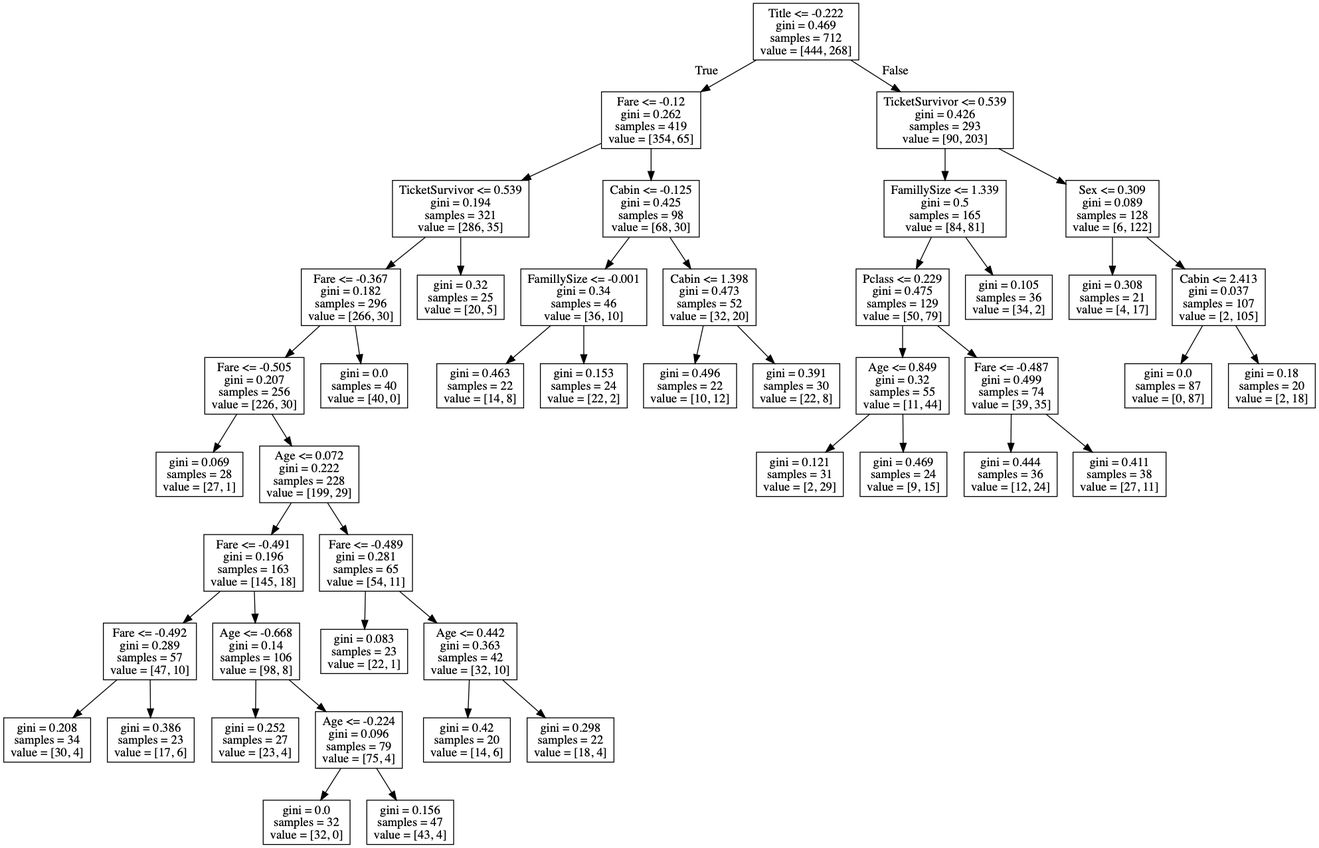
This is titanic/dt.png from nicohlr/kaggle, a Graphviz export, as it was before one commit. Its source is kept beside it as titanic/dt.dot.
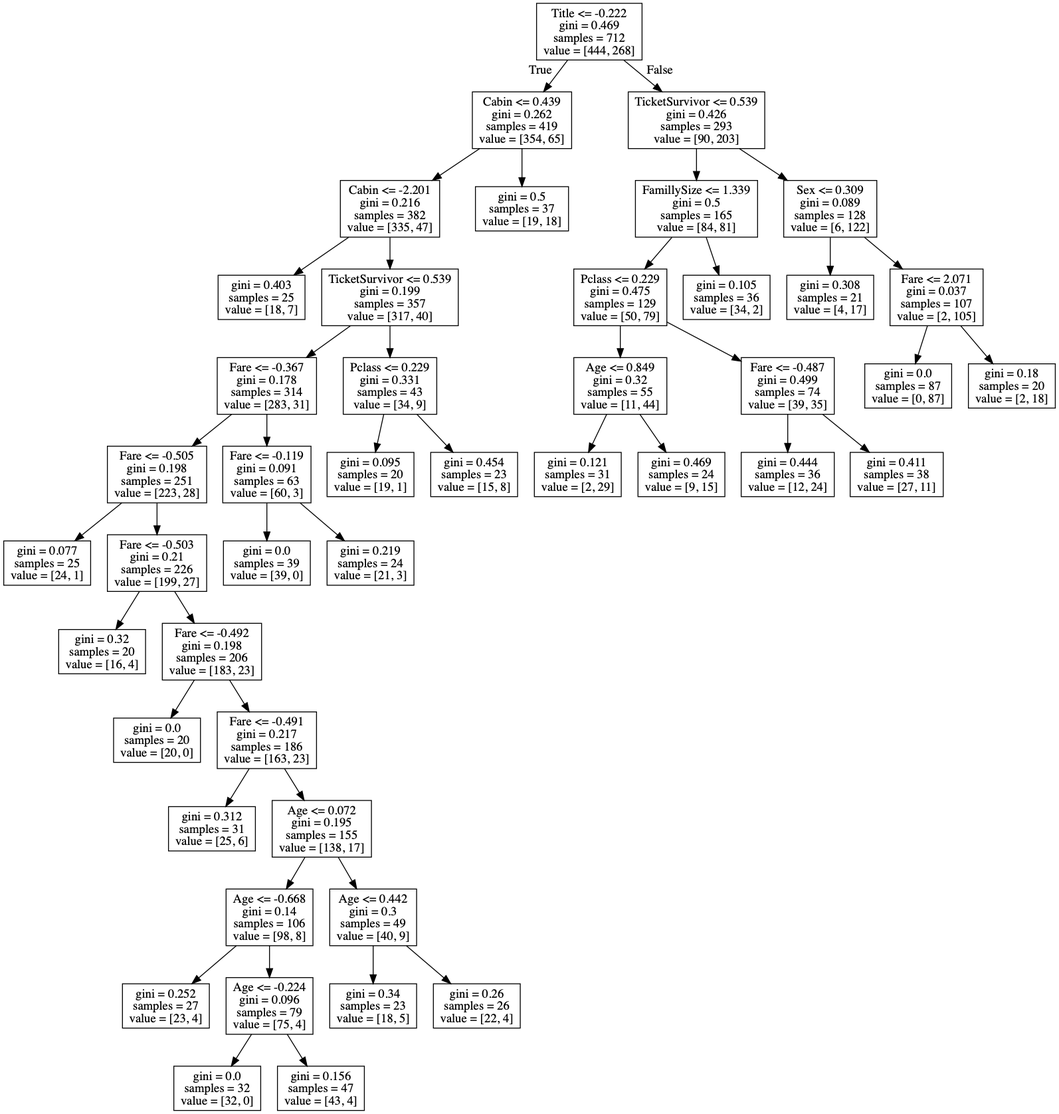
The same file after the commit.

Change to the diagram source:
```diff
@@ -1,64 +1,64 @@
 digraph Tree {
 node [shape=box] ;
 0 [label="Title <= -0.222\ngini = 0.469\nsamples = 712\nvalue = [444, 268]"] ;
-1 [label="Fare <= -0.12\ngini = 0.262\nsamples = 419\nvalue = [354, 65]"] ;
+1 [label="Cabin <= 0.439\ngini = 0.262\nsamples = 419\nvalue = [354, 65]"] ;
 0 -> 1 [labeldistance=2.5, labelangle=45, headlabel="True"] ;
-2 [label="TicketSurvivor <= 0.539\ngini = 0.194\nsamples = 321\nvalue = [286, 35]"] ;
+2 [label="Cabin <= -2.201\ngini = 0.216\nsamples = 382\nvalue = [335, 47]"] ;
 1 -> 2 ;
-3 [label="Fare <= -0.367\ngini = 0.182\nsamples = 296\nvalue = [266, 30]"] ;
+3 [label="gini = 0.403\nsamples = 25\nvalue = [18, 7]"] ;
 2 -> 3 ;
-4 [label="Fare <= -0.505\ngini = 0.207\nsamples = 256\nvalue = [226, 30]"] ;
-3 -> 4 ;
-5 [label="gini = 0.069\nsamples = 28\nvalue = [27, 1]"] ;
+4 [label="TicketSurvivor <= 0.539\ngini = 0.199\nsamples = 357\nvalue = [317, 40]"] ;
+2 -> 4 ;
+5 [label="Fare <= -0.367\ngini = 0.178\nsamples = 314\nvalue = [283, 31]"] ;
 4 -> 5 ;
-6 [label="Age <= 0.072\ngini = 0.222\nsamples = 228\nvalue = [199, 29]"] ;
-4 -> 6 ;
-7 [label="Fare <= -0.491\ngini = 0.196\nsamples = 163\nvalue = [145, 18]"] ;
+6 [label="Fare <= -0.505\ngini = 0.198\nsamples = 251\nvalue = [223, 28]"] ;
+5 -> 6 ;
+7 [label="gini = 0.077\nsamples = 25\nvalue = [24, 1]"] ;
 6 -> 7 ;
-8 [label="Fare <= -0.492\ngini = 0.289\nsamples = 57\nvalue = [47, 10]"] ;
-7 -> 8 ;
-9 [label="gini = 0.208\nsamples = 34\nvalue = [30, 4]"] ;
+8 [label="Fare <= -0.503\ngini = 0.21\nsamples = 226\nvalue = [199, 27]"] ;
+6 -> 8 ;
+9 [label="gini = 0.32\nsamples = 20\nvalue = [16, 4]"] ;
 8 -> 9 ;
-10 [label="gini = 0.386\nsamples = 23\nvalue = [17, 6]"] ;
+10 [label="Fare <= -0.492\ngini = 0.198\nsamples = 206\nvalue = [183, 23]"] ;
 8 -> 10 ;
-11 [label="Age <= -0.668\ngini = 0.14\nsamples = 106\nvalue = [98, 8]"] ;
-7 -> 11 ;
-12 [label="gini = 0.252\nsamples = 27\nvalue = [23, 4]"] ;
-11 -> 12 ;
-13 [label="Age <= -0.224\ngini = 0.096\nsamples = 79\nvalue = [75, 4]"] ;
-11 -> 13 ;
-14 [label="gini = 0.0\nsamples = 32\nvalue = [32, 0]"] ;
-13 -> 14 ;
-15 [label="gini = 0.156\nsamples = 47\nvalue = [43, 4]"] ;
-13 -> 15 ;
-16 [label="Fare <= -0.489\ngini = 0.281\nsamples = 65\nvalue = [54, 11]"] ;
-6 -> 16 ;
-17 [label="gini = 0.083\nsamples = 23\nvalue = [22, 1]"] ;
-16 -> 17 ;
-18 [label="Age <= 0.442\ngini = 0.363\nsamples = 42\nvalue = [32, 10]"] ;
-16 -> 18 ;
-19 [label="gini = 0.42\nsamples = 20\nvalue = [14, 6]"] ;
-18 -> 19 ;
-20 [label="gini = 0.298\nsamples = 22\nvalue = [18, 4]"] ;
-18 -> 20 ;
-21 [label="gini = 0.0\nsamples = 40\nvalue = [40, 0]"] ;
-3 -> 21 ;
-22 [label="gini = 0.32\nsamples = 25\nvalue = [20, 5]"] ;
-2 -> 22 ;
-23 [label="Cabin <= -0.125\ngini = 0.425\nsamples = 98\nvalue = [68, 30]"] ;
-1 -> 23 ;
-24 [label="FamillySize <= -0.001\ngini = 0.34\nsamples = 46\nvalue = [36, 10]"] ;
+11 [label="gini = 0.0\nsamples = 20\nvalue = [20, 0]"] ;
+10 -> 11 ;
+12 [label="Fare <= -0.491\ngini = 0.217\nsamples = 186\nvalue = [163, 23]"] ;
+10 -> 12 ;
+13 [label="gini = 0.312\nsamples = 31\nvalue = [25, 6]"] ;
+12 -> 13 ;
+14 [label="Age <= 0.072\ngini = 0.195\nsamples = 155\nvalue = [138, 17]"] ;
+12 -> 14 ;
+15 [label="Age <= -0.668\ngini = 0.14\nsamples = 106\nvalue = [98, 8]"] ;
+14 -> 15 ;
+16 [label="gini = 0.252\nsamples = 27\nvalue = [23, 4]"] ;
+15 -> 16 ;
+17 [label="Age <= -0.224\ngini = 0.096\nsamples = 79\nvalue = [75, 4]"] ;
+15 -> 17 ;
+18 [label="gini = 0.0\nsamples = 32\nvalue = [32, 0]"] ;
+17 -> 18 ;
+19 [label="gini = 0.156\nsamples = 47\nvalue = [43, 4]"] ;
+17 -> 19 ;
+20 [label="Age <= 0.442\ngini = 0.3\nsamples = 49\nvalue = [40, 9]"] ;
+14 -> 20 ;
+21 [label="gini = 0.34\nsamples = 23\nvalue = [18, 5]"] ;
+20 -> 21 ;
+22 [label="gini = 0.26\nsamples = 26\nvalue = [22, 4]"] ;
+20 -> 22 ;
+23 [label="Fare <= -0.119\ngini = 0.091\nsamples = 63\nvalue = [60, 3]"] ;
+5 -> 23 ;
+24 [label="gini = 0.0\nsamples = 39\nvalue = [39, 0]"] ;
 23 -> 24 ;
-25 [label="gini = 0.463\nsamples = 22\nvalue = [14, 8]"] ;
-24 -> 25 ;
-26 [label="gini = 0.153\nsamples = 24\nvalue = [22, 2]"] ;
-24 -> 26 ;
-27 [label="Cabin <= 1.398\ngini = 0.473\nsamples = 52\nvalue = [32, 20]"] ;
-23 -> 27 ;
-28 [label="gini = 0.496\nsamples = 22\nvalue = [10, 12]"] ;
-27 -> 28 ;
-29 [label="gini = 0.391\nsamples = 30\nvalue = [22, 8]"] ;
-27 -> 29 ;
+25 [label="gini = 0.219\nsamples = 24\nvalue = [21, 3]"] ;
+23 -> 25 ;
+26 [label="Pclass <= 0.229\ngini = 0.331\nsamples = 43\nvalue = [34, 9]"] ;
+4 -> 26 ;
+27 [label="gini = 0.095\nsamples = 20\nvalue = [19, 1]"] ;
+26 -> 27 ;
+28 [label="gini = 0.454\nsamples = 23\nvalue = [15, 8]"] ;
+26 -> 28 ;
+29 [label="gini = 0.5\nsamples = 37\nvalue = [19, 18]"] ;
+1 -> 29 ;
 30 [label="TicketSurvivor <= 0.539\ngini = 0.426\nsamples = 293\nvalue = [90, 203]"] ;
 0 -> 30 [labeldistance=2.5, labelangle=-45, headlabel="False"] ;
 31 [label="FamillySize <= 1.339\ngini = 0.5\nsamples = 165\nvalue = [84, 81]"] ;
@@ -83,7 +83,7 @@
 30 -> 40 ;
 41 [label="gini = 0.308\nsamples = 21\nvalue = [4, 17]"] ;
 40 -> 41 ;
-42 [label="Cabin <= 2.413\ngini = 0.037\nsamples = 107\nvalue = [2, 105]"] ;
+42 [label="Fare <= 2.071\ngini = 0.037\nsamples = 107\nvalue = [2, 105]"] ;
 40 -> 42 ;
 43 [label="gini = 0.0\nsamples = 87\nvalue = [0, 87]"] ;
 42 -> 43 ;
```
